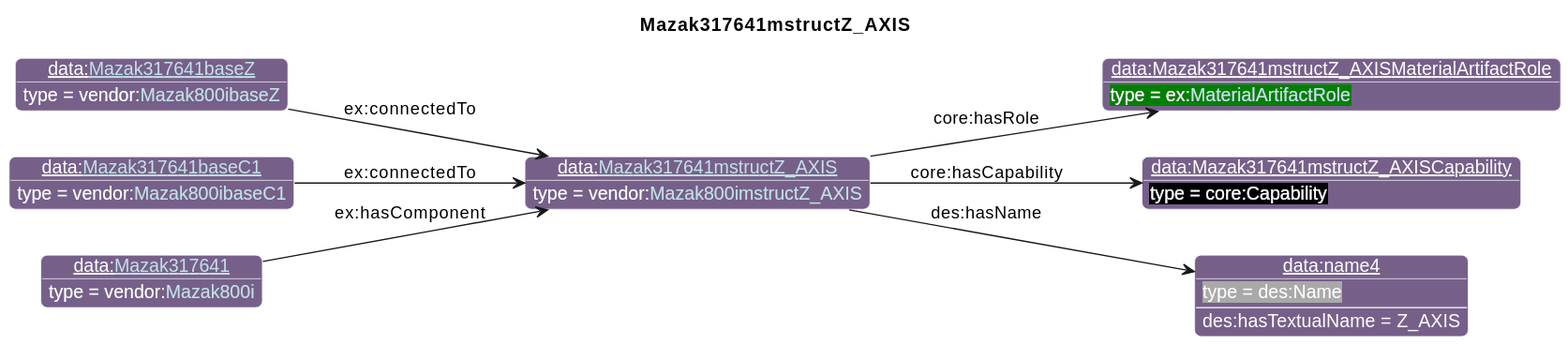
This is diagrams/Mazak317641mstructZ_AXIS.svg from iofoundry/example-syseng-mtconnect, a PlantUML export, as it was before one commit.
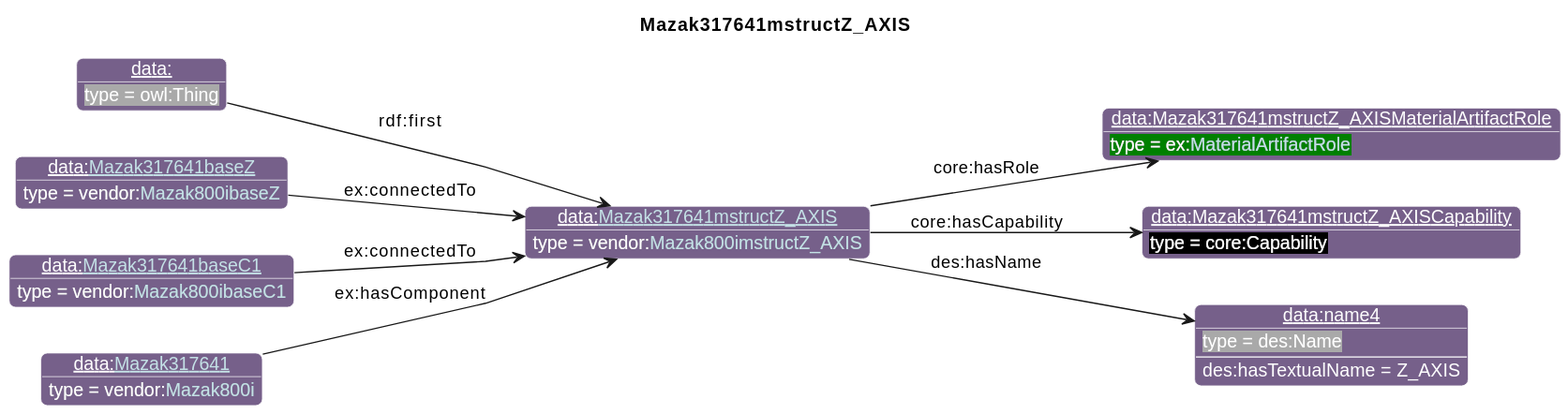
After the change.

The edit, as a diff of the source:
```diff
@@ -29,14 +29,16 @@
 individual(o1, data:Mazak317641mstructZ_AXISMaterialArtifactRole, ex:[[../Example.html#MaterialArtifactRole MaterialArtifactRole]])
 individual(o2, data:Mazak317641mstructZ_AXISCapability, core:Capability)
 individual(o3, data:name4, des:Name)
-individual(o4, data:[[./Mazak317641baseZ.html Mazak317641baseZ]], vendor:[[../Mazak.html#Mazak800ibaseZ Mazak800ibaseZ]])
-individual(o5, data:[[./Mazak317641baseC1.html Mazak317641baseC1]], vendor:[[../Mazak.html#Mazak800ibaseC1 Mazak800ibaseC1]])
-individual(o6, data:[[./Mazak317641.html Mazak317641]], vendor:[[../Mazak.html#Mazak800i Mazak800i]])
+individual(o4, data:, owl:Thing)
+individual(o5, data:[[./Mazak317641baseZ.html Mazak317641baseZ]], vendor:[[../Mazak.html#Mazak800ibaseZ Mazak800ibaseZ]])
+individual(o6, data:[[./Mazak317641baseC1.html Mazak317641baseC1]], vendor:[[../Mazak.html#Mazak800ibaseC1 Mazak800ibaseC1]])
+individual(o7, data:[[./Mazak317641.html Mazak317641]], vendor:[[../Mazak.html#Mazak800i Mazak800i]])
 property(o0, "core:hasRole", o1)
 property(o0, "core:hasCapability", o2)
 property(o0, "des:hasName", o3)
 data(o3, "des:hasTextualName", "Z_AXIS")
-property(o4, "ex:connectedTo", o0)
+property(o4, "rdf:first", o0)
 property(o5, "ex:connectedTo", o0)
-property(o6, "ex:hasComponent", o0)
+property(o6, "ex:connectedTo", o0)
+property(o7, "ex:hasComponent", o0)
 @enduml
```
